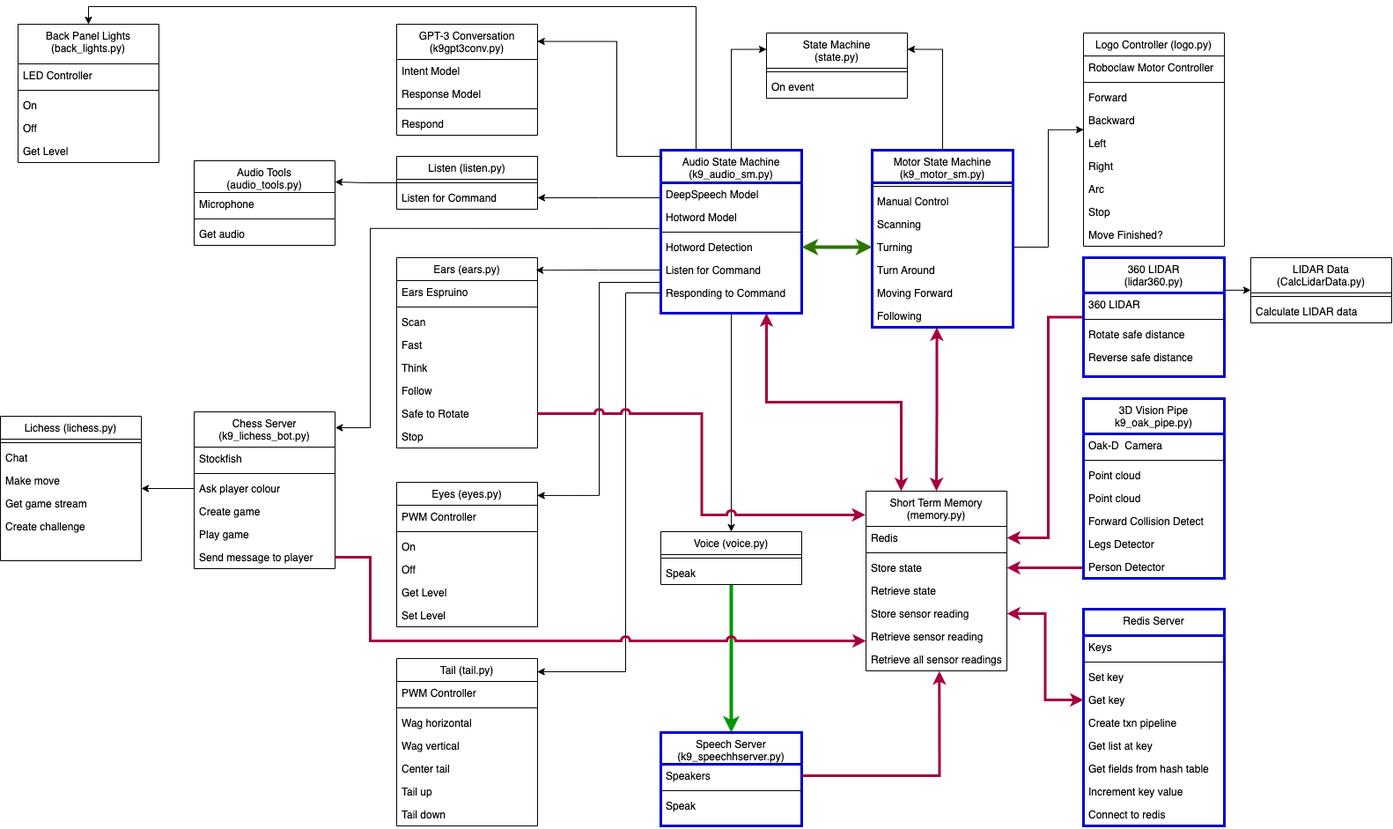
This is K9 class diagram.drawio.png from hopkira/k9, a draw.io export, as it was before one commit. Source tidied: cells renumbered, new cells last; positions are measured from the earlier drawing's top-left corner, leaving out a move shared by most shapes.
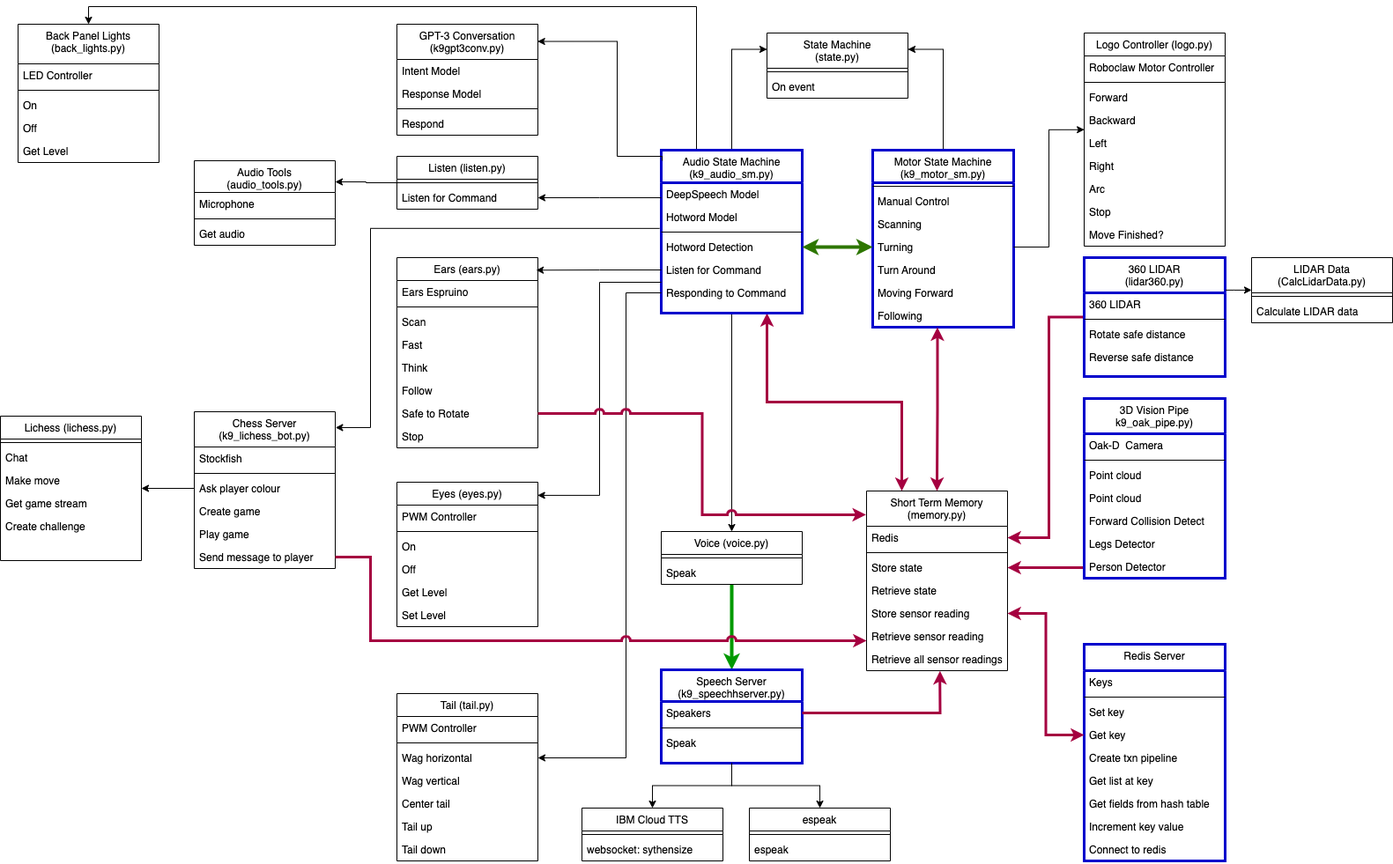
Above is the later version.

Commit message:
Update to class diagram

What changed in the source:
```diff
@@ -185,7 +185,7 @@
       <mxGeometry y="100" width="160" height="26" as="geometry" />
     </mxCell>
     <mxCell id="61" value="Speech Server&#10;(k9_speechhserver.py)" style="swimlane;fontStyle=0;align=center;verticalAlign=top;horizontal=1;startSize=36;rounded=0;shadow=0;strokeWidth=3;strokeColor=#0000CC;" parent="1" vertex="1">
-      <mxGeometry x="750" y="824" width="160" height="106" as="geometry" />
+      <mxGeometry x="750" y="753" width="160" height="106" as="geometry" />
     </mxCell>
     <mxCell id="62" value="Speakers" style="text;align=left;verticalAlign=top;spacingLeft=4;spacingRight=4;overflow=hidden;points=[[0,0.5],[1,0.5]];portConstraint=eastwest;rounded=0;shadow=0;html=0;" parent="61" vertex="1">
       <mxGeometry y="36" width="160" height="26" as="geometry" />
@@ -331,7 +331,7 @@
       <mxGeometry y="70" width="160" height="26" as="geometry" />
     </mxCell>
     <mxCell id="108" value="Tail (tail.py)" style="swimlane;fontStyle=0;align=center;verticalAlign=top;horizontal=1;startSize=26;rounded=0;shadow=0;strokeWidth=1;" parent="1" vertex="1">
-      <mxGeometry x="450" y="740" width="160" height="190" as="geometry" />
+      <mxGeometry x="450" y="780" width="160" height="190" as="geometry" />
     </mxCell>
     <mxCell id="109" value="PWM Controller" style="text;align=left;verticalAlign=top;spacingLeft=4;spacingRight=4;overflow=hidden;rounded=0;shadow=0;html=0;" parent="108" vertex="1">
       <mxGeometry y="26" width="160" height="26" as="geometry" />
@@ -383,11 +383,11 @@
     <mxCell id="120" style="edgeStyle=orthogonalEdgeStyle;rounded=0;jettySize=auto;html=1;entryX=0;entryY=0.5;entryDx=0;entryDy=0;startArrow=classic;startFill=1;fillColor=#60a917;strokeColor=#2D7600;strokeWidth=4;" parent="1" edge="1" source="10" target="18">
       <mxGeometry relative="1" as="geometry" />
     </mxCell>
-    <mxCell id="121" style="edgeStyle=orthogonalEdgeStyle;rounded=0;jettySize=auto;html=1;entryX=0.998;entryY=0.079;entryDx=0;entryDy=0;entryPerimeter=0;" parent="1" edge="1" source="12" target="108">
+    <mxCell id="121" style="edgeStyle=orthogonalEdgeStyle;rounded=0;jettySize=auto;html=1;entryX=1;entryY=0.5;entryDx=0;entryDy=0;" parent="1" edge="1" source="12" target="111">
       <mxGeometry relative="1" as="geometry">
         <Array as="points">
           <mxPoint x="710" y="325" />
-          <mxPoint x="710" y="755" />
+          <mxPoint x="710" y="853" />
         </Array>
       </mxGeometry>
     </mxCell>
@@ -425,7 +425,7 @@
       <mxGeometry relative="1" as="geometry" />
     </mxCell>
     <mxCell id="129" value="Redis Server" style="swimlane;fontStyle=0;align=center;verticalAlign=top;horizontal=1;startSize=30;rounded=0;shadow=0;strokeWidth=3;strokeColor=#0000CC;" parent="1" vertex="1">
-      <mxGeometry x="1230" y="684" width="160" height="246" as="geometry" />
+      <mxGeometry x="1230" y="724" width="160" height="246" as="geometry" />
     </mxCell>
     <mxCell id="130" value="Keys" style="text;align=left;verticalAlign=top;spacingLeft=4;spacingRight=4;overflow=hidden;" parent="129" vertex="1">
       <mxGeometry y="30" width="160" height="26" as="geometry" />
@@ -496,5 +496,29 @@
     <mxCell id="149" value="Calculate LIDAR data" style="text;align=left;verticalAlign=top;spacingLeft=4;spacingRight=4;overflow=hidden;" parent="147" vertex="1">
       <mxGeometry y="48" width="160" height="26" as="geometry" />
     </mxCell>
+    <mxCell id="150" value="IBM Cloud TTS" style="swimlane;fontStyle=0;align=center;verticalAlign=top;horizontal=1;startSize=26;rounded=0;shadow=0;strokeWidth=1;" parent="1" vertex="1">
+      <mxGeometry x="660" y="910" width="160" height="60" as="geometry" />
+    </mxCell>
+    <mxCell id="151" style="line;html=1;strokeWidth=1;align=left;verticalAlign=middle;spacingTop=-1;spacingLeft=3;spacingRight=3;labelPosition=right;" parent="150" vertex="1">
+      <mxGeometry y="26" width="160" height="8" as="geometry" />
+    </mxCell>
+    <mxCell id="152" value="websocket: sythensize" style="text;align=left;verticalAlign=top;spacingLeft=4;spacingRight=4;overflow=hidden;" parent="150" vertex="1">
+      <mxGeometry y="34" width="160" height="26" as="geometry" />
+    </mxCell>
+    <mxCell id="153" value="espeak" style="swimlane;fontStyle=0;align=center;verticalAlign=top;horizontal=1;startSize=26;rounded=0;shadow=0;strokeWidth=1;" parent="1" vertex="1">
+      <mxGeometry x="850" y="910" width="160" height="60" as="geometry" />
+    </mxCell>
+    <mxCell id="154" style="line;html=1;strokeWidth=1;align=left;verticalAlign=middle;spacingTop=-1;spacingLeft=3;spacingRight=3;labelPosition=right;" parent="153" vertex="1">
+      <mxGeometry y="26" width="160" height="8" as="geometry" />
+    </mxCell>
+    <mxCell id="155" value="espeak" style="text;align=left;verticalAlign=top;spacingLeft=4;spacingRight=4;overflow=hidden;" parent="153" vertex="1">
+      <mxGeometry y="34" width="160" height="26" as="geometry" />
+    </mxCell>
+    <mxCell id="156" style="edgeStyle=orthogonalEdgeStyle;rounded=0;jettySize=auto;html=1;entryX=0.5;entryY=0;entryDx=0;entryDy=0;exitX=0.5;exitY=1;exitDx=0;exitDy=0;" parent="1" edge="1" source="61" target="153">
+      <mxGeometry relative="1" as="geometry" />
+    </mxCell>
+    <mxCell id="157" style="edgeStyle=orthogonalEdgeStyle;rounded=0;jettySize=auto;html=1;entryX=0.5;entryY=0;entryDx=0;entryDy=0;exitX=0.5;exitY=1;exitDx=0;exitDy=0;" parent="1" edge="1" source="61" target="150">
+      <mxGeometry relative="1" as="geometry" />
+    </mxCell>
   </root>
 </mxGraphModel>
```
